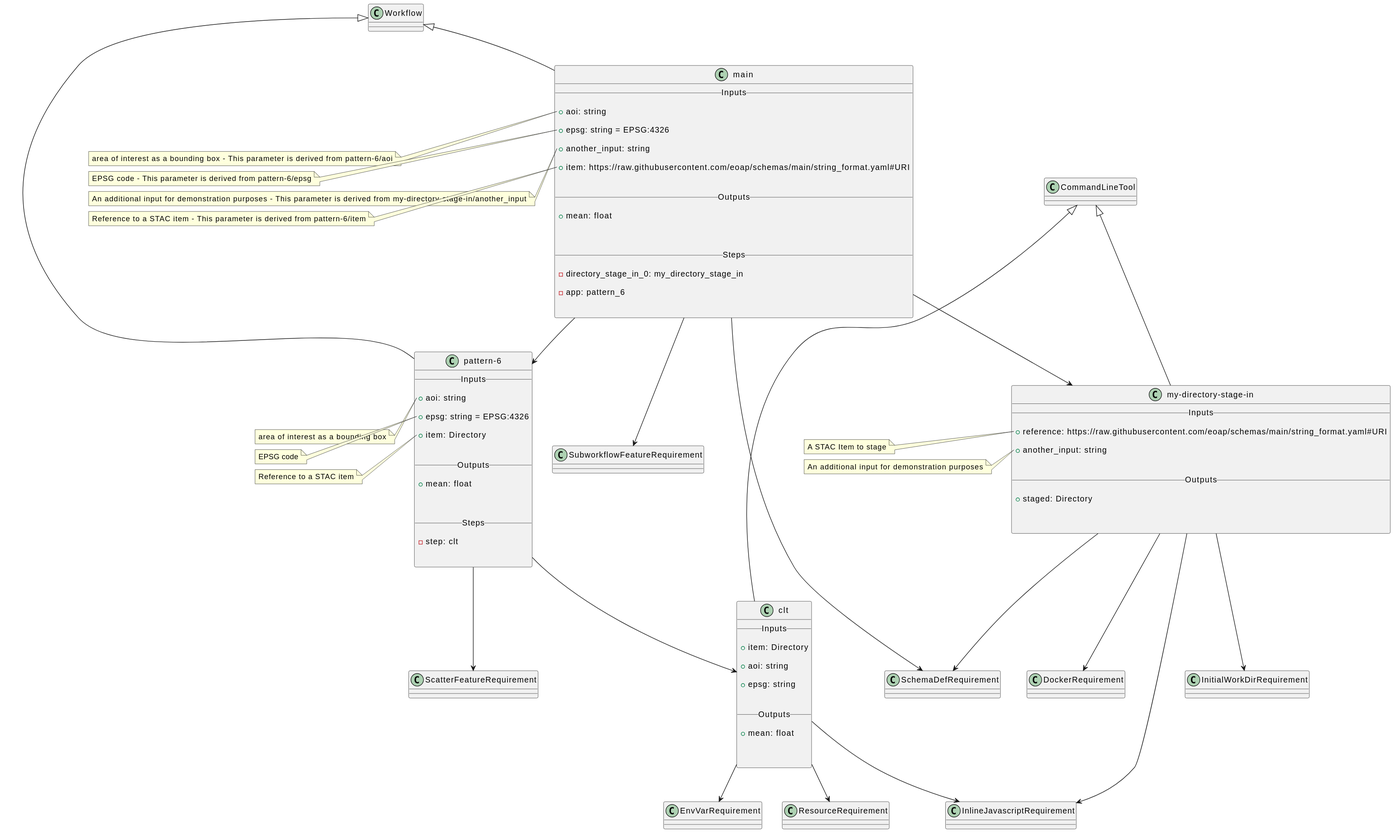
EOEPCA/eoap-cwlwrap keeps this PlantUML diagram as docs/diagrams/pattern-6/class.svg. Above is the earlier version. Its diagram source:
```plantuml
@startuml
class "main" as main extends Workflow {
    __ Inputs __

    + aoi: string

    + epsg: string = EPSG:4326

    + another_input: string

    + item: https://raw.githubusercontent.com/eoap/schemas/main/string_format.yaml#URI


    __ Outputs __

    + mean: float



    __ Steps __

    - directory_stage_in_0: my_directory_stage_in

    - app: pattern_6


}



main --> SubworkflowFeatureRequirement



main --> SchemaDefRequirement



class "my-directory-stage-in" as my_directory_stage_in extends CommandLineTool {
    __ Inputs __

    + reference: https://raw.githubusercontent.com/eoap/schemas/main/string_format.yaml#URI

    + another_input: string


    __ Outputs __

    + staged: Directory



}



my_directory_stage_in --> SchemaDefRequirement



my_directory_stage_in --> DockerRequirement



my_directory_stage_in --> InlineJavascriptRequirement



my_directory_stage_in --> InitialWorkDirRequirement



class "pattern-6" as pattern_6 extends Workflow {
    __ Inputs __

    + aoi: string

    + epsg: string = EPSG:4326

    + item: Directory


    __ Outputs __

    + mean: float



    __ Steps __

    - step: clt


}



pattern_6 --> ScatterFeatureRequirement



class "clt" as clt extends CommandLineTool {
    __ Inputs __

    + item: Directory

    + aoi: string

    + epsg: string


    __ Outputs __

    + mean: float



}



clt --> InlineJavascriptRequirement



clt --> EnvVarRequirement



clt --> ResourceRequirement






main --> my_directory_stage_in

main --> pattern_6




note left of main::aoi
    area of interest as a bounding box - This parameter is derived from pattern-6/aoi
end note



note left of main::epsg
    EPSG code - This parameter is derived from pattern-6/epsg
end note



note left of main::another_input
    An additional input for demonstration purposes - This parameter is derived from my-directory-stage-in/another_input
end note



note left of main::item
    Reference to a STAC item - This parameter is derived from pattern-6/item
end note







note left of my_directory_stage_in::reference
    A STAC Item to stage
end note



note left of my_directory_stage_in::another_input
    An additional input for demonstration purposes
end note




pattern_6 --> clt




note left of pattern_6::aoi
    area of interest as a bounding box
end note



note left of pattern_6::epsg
    EPSG code
end note



note left of pattern_6::item
    Reference to a STAC item
end note












@enduml
```
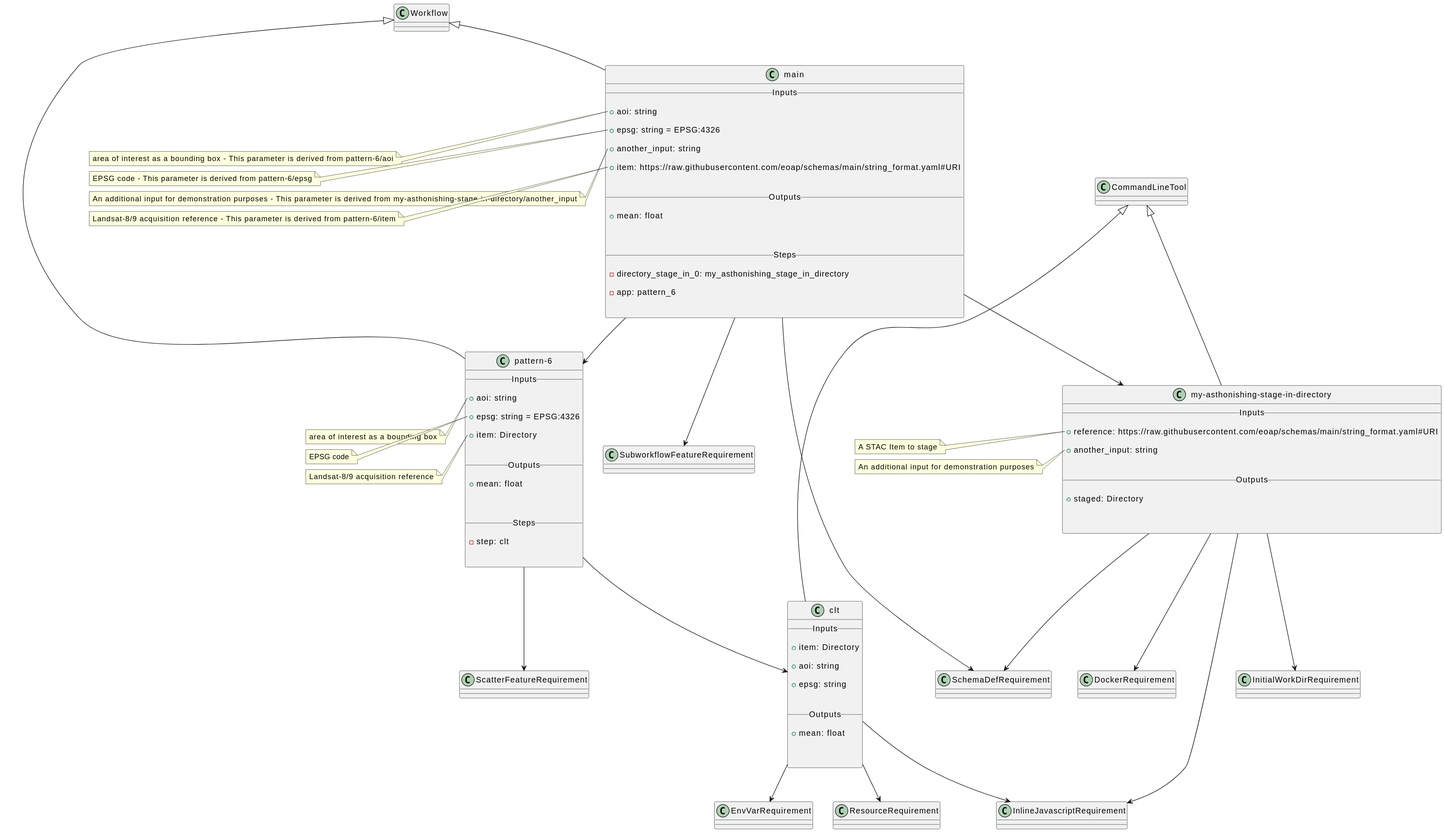
After the change.

What changed in the source:
```diff
@@ -19,7 +19,7 @@
 
     __ Steps __
 
-    - directory_stage_in_0: my_directory_stage_in
+    - directory_stage_in_0: my_asthonishing_stage_in_directory
 
     - app: pattern_6
 
@@ -36,7 +36,7 @@
 
 
 
-class "my-directory-stage-in" as my_directory_stage_in extends CommandLineTool {
+class "my-asthonishing-stage-in-directory" as my_asthonishing_stage_in_directory extends CommandLineTool {
     __ Inputs __
 
     + reference: https://raw.githubusercontent.com/eoap/schemas/main/string_format.yaml#URI
@@ -54,19 +54,19 @@
 
 
 
-my_directory_stage_in --> SchemaDefRequirement
+my_asthonishing_stage_in_directory --> SchemaDefRequirement
 
 
 
-my_directory_stage_in --> DockerRequirement
+my_asthonishing_stage_in_directory --> DockerRequirement
 
 
 
-my_directory_stage_in --> InlineJavascriptRequirement
+my_asthonishing_stage_in_directory --> InlineJavascriptRequirement
 
 
 
-my_directory_stage_in --> InitialWorkDirRequirement
+my_asthonishing_stage_in_directory --> InitialWorkDirRequirement
 
 
 
@@ -134,7 +134,7 @@
 
 
 
-main --> my_directory_stage_in
+main --> my_asthonishing_stage_in_directory
 
 main --> pattern_6
 
@@ -154,13 +154,13 @@
 
 
 note left of main::another_input
-    An additional input for demonstration purposes - This parameter is derived from my-directory-stage-in/another_input
+    An additional input for demonstration purposes - This parameter is derived from my-asthonishing-stage-in-directory/another_input
 end note
 
 
 
 note left of main::item
-    Reference to a STAC item - This parameter is derived from pattern-6/item
+    Landsat-8/9 acquisition reference - This parameter is derived from pattern-6/item
 end note
 
 
@@ -169,13 +169,13 @@
 
 
 
-note left of my_directory_stage_in::reference
+note left of my_asthonishing_stage_in_directory::reference
     A STAC Item to stage
 end note
 
 
 
-note left of my_directory_stage_in::another_input
+note left of my_asthonishing_stage_in_directory::another_input
     An additional input for demonstration purposes
 end note
 
@@ -200,7 +200,7 @@
 
 
 note left of pattern_6::item
-    Reference to a STAC item
+    Landsat-8/9 acquisition reference
 end note
 
 
```
